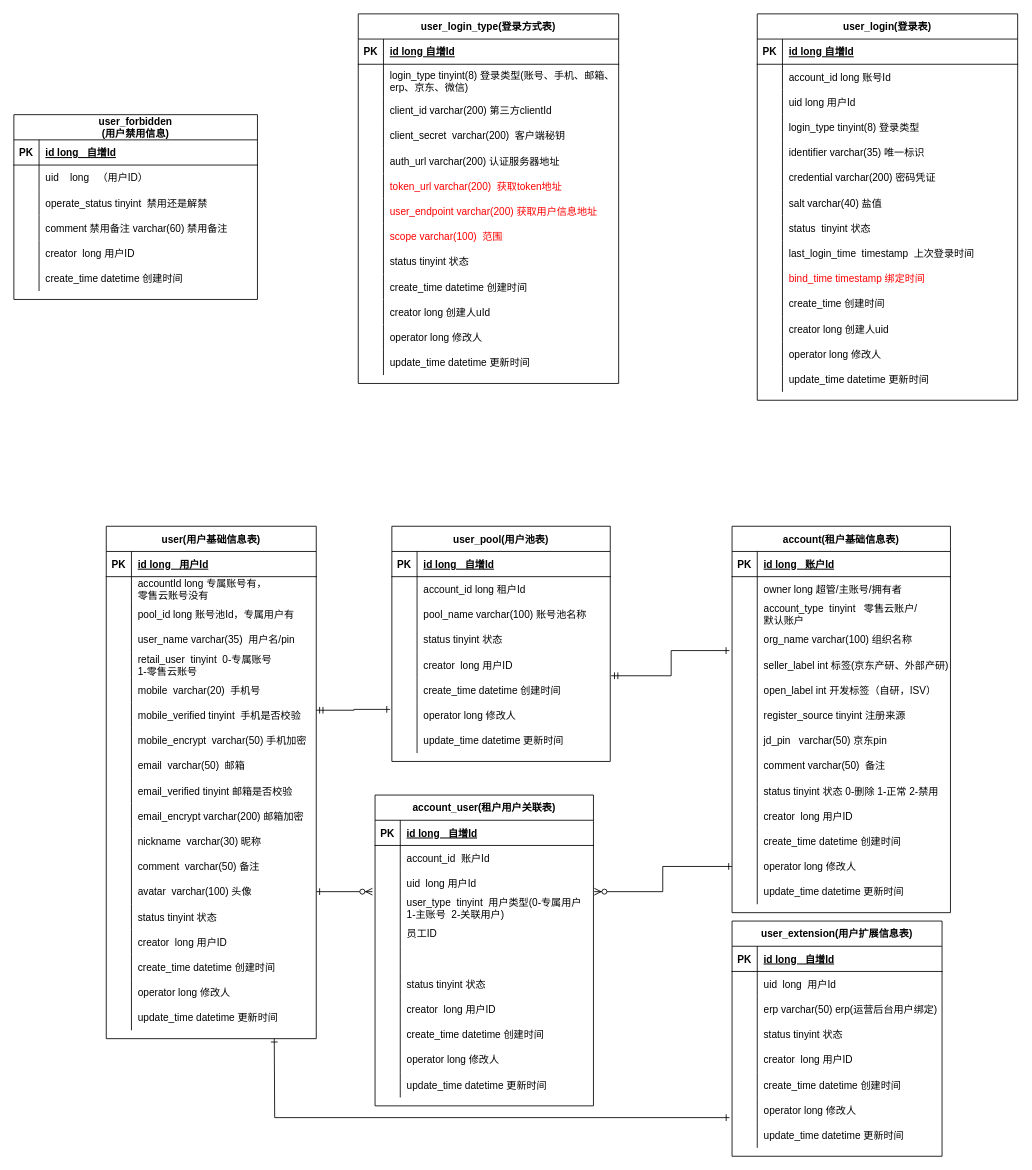
AjaxXu/Diagram keeps this draw.io diagram as page "新账号模型" (1 of 10) of idaas.drawio. Above is the earlier version. Source tidied: cells renumbered, new cells numbered last; positions are measured from the earlier drawing's top-left corner, leaving out a move shared by most shapes. Both pictures are drawn from the tidied source at 84%, with x=0, y=0 at pixel (-37, 13).
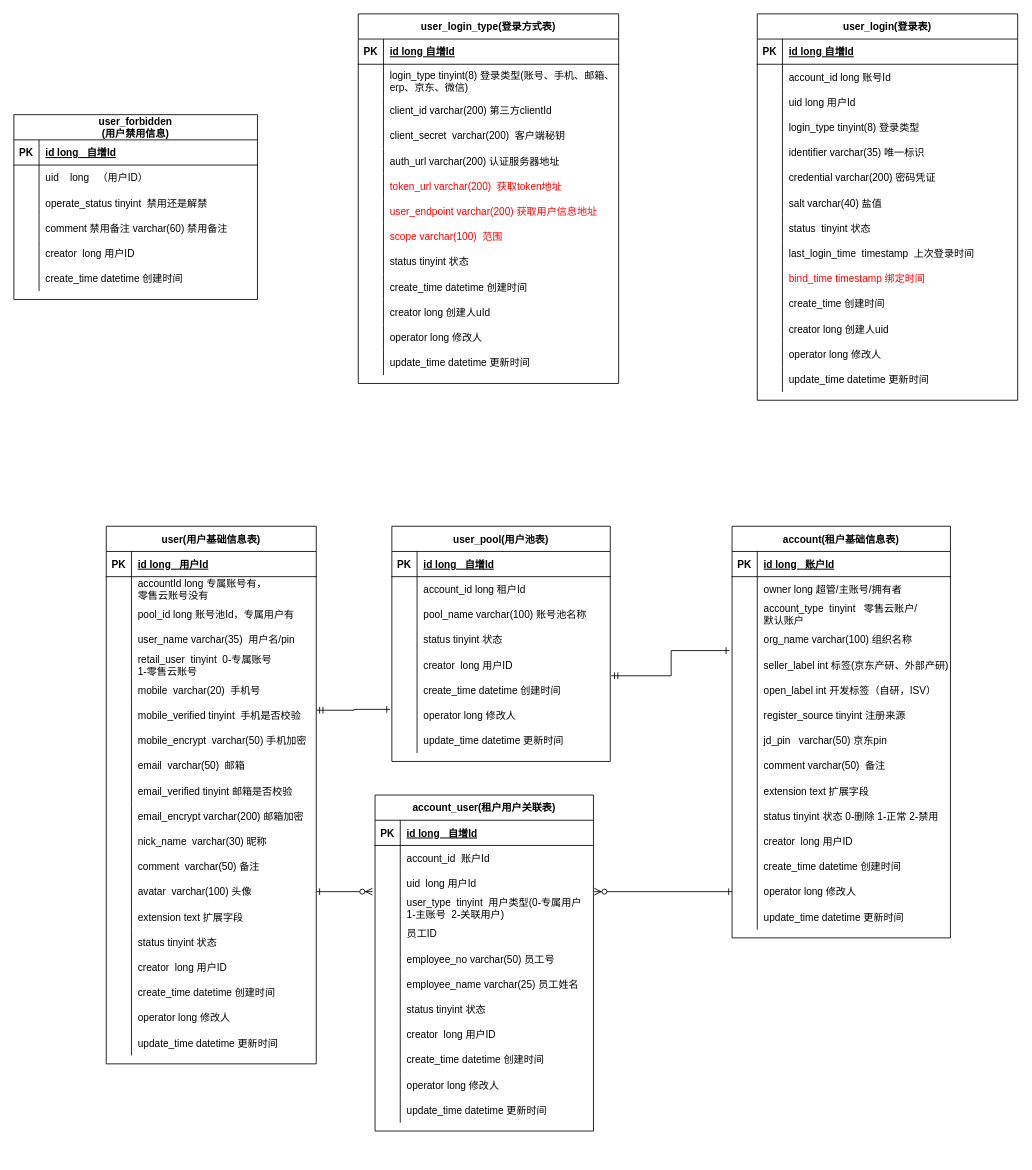
The same diagram, later.

Unchanged cells that the change refers to:
```xml
<mxCell id="79" style="shape=partialRectangle;fillColor=none;top=0;left=0;right=0;bottom=0;" parent="45" vertex="1">
  <mxGeometry y="360" width="250" height="30" as="geometry" />
</mxCell>
<mxCell id="226" style="shape=partialRectangle;fillColor=none;top=0;left=0;right=0;bottom=0;" parent="210" vertex="1">
  <mxGeometry y="180" width="260" height="30" as="geometry" />
</mxCell>
```

What changed in the source:
```diff
@@
     <mxCell id="2" value="account(租户基础信息表)" style="shape=table;startSize=30;childLayout=tableLayout;rowLines=0;fontStyle=1;align=center;" parent="1" vertex="1">
-      <mxGeometry x="915" y="610" width="260" height="460" as="geometry" />
+      <mxGeometry x="915" y="610" width="260" height="490" as="geometry" />
     </mxCell>
@@
+    <mxCell id="299" style="shape=partialRectangle;fillColor=none;top=0;left=0;right=0;bottom=0;" parent="2" vertex="1">
+      <mxGeometry y="300" width="260" height="30" as="geometry" />
+    </mxCell>
+    <mxCell id="300" style="shape=partialRectangle;overflow=hidden;fillColor=none;top=0;left=0;bottom=0;right=0;" parent="299" vertex="1">
+      <mxGeometry width="30" height="30" as="geometry" />
+    </mxCell>
+    <mxCell id="301" value="extension text 扩展字段" style="shape=partialRectangle;overflow=hidden;fillColor=none;top=0;left=0;bottom=0;right=0;align=left;spacingLeft=6;" parent="299" vertex="1">
+      <mxGeometry x="30" width="230" height="30" as="geometry" />
+    </mxCell>
     <mxCell id="30" style="shape=partialRectangle;fillColor=none;points=[[0,0.5],[1,0.5]];portConstraint=eastwest;top=0;left=0;right=0;bottom=0;" parent="2" vertex="1">
-      <mxGeometry y="300" width="260" height="30" as="geometry" />
+      <mxGeometry y="330" width="260" height="30" as="geometry" />
     </mxCell>
@@
     <mxCell id="33" style="shape=partialRectangle;fillColor=none;top=0;left=0;right=0;bottom=0;" parent="2" vertex="1">
-      <mxGeometry y="330" width="260" height="30" as="geometry" />
+      <mxGeometry y="360" width="260" height="30" as="geometry" />
     </mxCell>
@@
     <mxCell id="36" style="shape=partialRectangle;fillColor=none;points=[[0,0.5],[1,0.5]];portConstraint=eastwest;top=0;left=0;right=0;bottom=0;" parent="2" vertex="1">
-      <mxGeometry y="360" width="260" height="30" as="geometry" />
+      <mxGeometry y="390" width="260" height="30" as="geometry" />
     </mxCell>
@@
     <mxCell id="39" style="shape=partialRectangle;fillColor=none;points=[[0,0.5],[1,0.5]];portConstraint=eastwest;top=0;left=0;right=0;bottom=0;" parent="2" vertex="1">
-      <mxGeometry y="390" width="260" height="30" as="geometry" />
+      <mxGeometry y="420" width="260" height="30" as="geometry" />
     </mxCell>
@@
     <mxCell id="42" style="shape=partialRectangle;fillColor=none;top=0;left=0;right=0;bottom=0;" parent="2" vertex="1">
-      <mxGeometry y="420" width="260" height="30" as="geometry" />
+      <mxGeometry y="450" width="260" height="30" as="geometry" />
     </mxCell>
@@
     <mxCell id="45" value="user(用户基础信息表)" style="shape=table;startSize=30;childLayout=tableLayout;rowLines=0;fontStyle=1;align=center;" parent="1" vertex="1">
-      <mxGeometry x="170" y="610" width="250" height="610" as="geometry" />
+      <mxGeometry x="170" y="610" width="250" height="640" as="geometry" />
     </mxCell>
@@
-    <mxCell id="81" value="nickname  varchar(30) 昵称" style="shape=partialRectangle;overflow=hidden;fillColor=none;top=0;left=0;bottom=0;right=0;align=left;spacingLeft=6;" parent="79" vertex="1">
+    <mxCell id="81" value="nick_name  varchar(30) 昵称" style="shape=partialRectangle;overflow=hidden;fillColor=none;top=0;left=0;bottom=0;right=0;align=left;spacingLeft=6;" parent="79" vertex="1">
       <mxGeometry x="30" width="220" height="30" as="geometry" />
     </mxCell>
@@
+    <mxCell id="302" style="shape=partialRectangle;fillColor=none;top=0;left=0;right=0;bottom=0;" parent="45" vertex="1">
+      <mxGeometry y="450" width="250" height="30" as="geometry" />
+    </mxCell>
+    <mxCell id="303" style="shape=partialRectangle;overflow=hidden;fillColor=none;top=0;left=0;bottom=0;right=0;" parent="302" vertex="1">
+      <mxGeometry width="30" height="30" as="geometry" />
+    </mxCell>
+    <mxCell id="304" value="extension text 扩展字段" style="shape=partialRectangle;overflow=hidden;fillColor=none;top=0;left=0;bottom=0;right=0;align=left;spacingLeft=6;" parent="302" vertex="1">
+      <mxGeometry x="30" width="220" height="30" as="geometry" />
+    </mxCell>
     <mxCell id="88" style="shape=partialRectangle;fillColor=none;top=0;left=0;right=0;bottom=0;" parent="45" vertex="1">
-      <mxGeometry y="450" width="250" height="30" as="geometry" />
+      <mxGeometry y="480" width="250" height="30" as="geometry" />
     </mxCell>
@@
     <mxCell id="91" style="shape=partialRectangle;fillColor=none;top=0;left=0;right=0;bottom=0;" parent="45" vertex="1">
-      <mxGeometry y="480" width="250" height="30" as="geometry" />
+      <mxGeometry y="510" width="250" height="30" as="geometry" />
     </mxCell>
@@
     <mxCell id="94" style="shape=partialRectangle;fillColor=none;top=0;left=0;right=0;bottom=0;" parent="45" vertex="1">
-      <mxGeometry y="510" width="250" height="30" as="geometry" />
+      <mxGeometry y="540" width="250" height="30" as="geometry" />
     </mxCell>
@@
     <mxCell id="97" style="shape=partialRectangle;fillColor=none;top=0;left=0;right=0;bottom=0;" parent="45" vertex="1">
-      <mxGeometry y="540" width="250" height="30" as="geometry" />
+      <mxGeometry y="570" width="250" height="30" as="geometry" />
     </mxCell>
@@
     <mxCell id="100" style="shape=partialRectangle;fillColor=none;top=0;left=0;right=0;bottom=0;" parent="45" vertex="1">
-      <mxGeometry y="570" width="250" height="30" as="geometry" />
+      <mxGeometry y="600" width="250" height="30" as="geometry" />
     </mxCell>
@@
     <mxCell id="210" value="account_user(租户用户关联表)" style="shape=table;startSize=30;childLayout=tableLayout;rowLines=0;fontStyle=1;align=center;" parent="1" vertex="1">
-      <mxGeometry x="490" y="930" width="260" height="370" as="geometry" />
+      <mxGeometry x="490" y="930" width="260" height="400" as="geometry" />
     </mxCell>
@@
-    <mxCell id="228" style="shape=partialRectangle;overflow=hidden;fillColor=none;top=0;left=0;bottom=0;right=0;align=left;spacingLeft=6;" parent="226" vertex="1">
+    <mxCell id="228" value="employee_no varchar(50) 员工号" style="shape=partialRectangle;overflow=hidden;fillColor=none;top=0;left=0;bottom=0;right=0;align=left;spacingLeft=6;" parent="226" vertex="1">
       <mxGeometry x="30" width="230" height="30" as="geometry" />
     </mxCell>
+    <mxCell id="305" style="shape=partialRectangle;fillColor=none;top=0;left=0;right=0;bottom=0;" parent="210" vertex="1">
+      <mxGeometry y="210" width="260" height="30" as="geometry" />
+    </mxCell>
+    <mxCell id="306" style="shape=partialRectangle;overflow=hidden;fillColor=none;top=0;left=0;bottom=0;right=0;" parent="305" vertex="1">
+      <mxGeometry width="30" height="30" as="geometry" />
+    </mxCell>
+    <mxCell id="307" value="employee_name varchar(25) 员工姓名" style="shape=partialRectangle;overflow=hidden;fillColor=none;top=0;left=0;bottom=0;right=0;align=left;spacingLeft=6;" parent="305" vertex="1">
+      <mxGeometry x="30" width="230" height="30" as="geometry" />
+    </mxCell>
     <mxCell id="229" style="shape=partialRectangle;fillColor=none;top=0;left=0;right=0;bottom=0;" parent="210" vertex="1">
-      <mxGeometry y="210" width="260" height="30" as="geometry" />
+      <mxGeometry y="240" width="260" height="30" as="geometry" />
     </mxCell>
@@
     <mxCell id="232" style="shape=partialRectangle;fillColor=none;top=0;left=0;right=0;bottom=0;" parent="210" vertex="1">
-      <mxGeometry y="240" width="260" height="30" as="geometry" />
+      <mxGeometry y="270" width="260" height="30" as="geometry" />
     </mxCell>
@@
     <mxCell id="235" style="shape=partialRectangle;fillColor=none;top=0;left=0;right=0;bottom=0;" parent="210" vertex="1">
-      <mxGeometry y="270" width="260" height="30" as="geometry" />
+      <mxGeometry y="300" width="260" height="30" as="geometry" />
     </mxCell>
@@
     <mxCell id="238" style="shape=partialRectangle;fillColor=none;top=0;left=0;right=0;bottom=0;" parent="210" vertex="1">
-      <mxGeometry y="300" width="260" height="30" as="geometry" />
+      <mxGeometry y="330" width="260" height="30" as="geometry" />
     </mxCell>
@@
     <mxCell id="241" style="shape=partialRectangle;fillColor=none;top=0;left=0;right=0;bottom=0;" parent="210" vertex="1">
-      <mxGeometry y="330" width="260" height="30" as="geometry" />
+      <mxGeometry y="360" width="260" height="30" as="geometry" />
     </mxCell>
@@
-    <mxCell id="246" style="edgeStyle=orthogonalEdgeStyle;rounded=0;jettySize=auto;html=1;fontColor=#000000;startArrow=ERone;startFill=0;endArrow=ERone;endFill=0;entryX=-0.012;entryY=0.8;entryDx=0;entryDy=0;entryPerimeter=0;" parent="1" edge="1" target="266">
-      <mxGeometry relative="1" as="geometry">
-        <mxPoint x="370" y="1220" as="sourcePoint" />
-      </mxGeometry>
-    </mxCell>
-    <mxCell id="247" value="user_extension(用户扩展信息表)" style="shape=table;startSize=30;childLayout=tableLayout;rowLines=0;fontStyle=1;align=center;" parent="1" vertex="1">
-      <mxGeometry x="915" y="1080" width="250" height="280" as="geometry" />
-    </mxCell>
-    <mxCell id="248" style="shape=partialRectangle;fillColor=none;top=0;left=0;right=0;bottom=1;" parent="247" vertex="1">
-      <mxGeometry y="30" width="250" height="30" as="geometry" />
-    </mxCell>
-    <mxCell id="249" value="PK" style="shape=partialRectangle;overflow=hidden;fillColor=none;top=0;left=0;bottom=0;right=0;fontStyle=1;" parent="248" vertex="1">
-      <mxGeometry width="30" height="30" as="geometry" />
-    </mxCell>
-    <mxCell id="250" value="id long   自增Id" style="shape=partialRectangle;overflow=hidden;fillColor=none;top=0;left=0;bottom=0;right=0;align=left;spacingLeft=6;fontStyle=5;" parent="248" vertex="1">
-      <mxGeometry x="30" width="220" height="30" as="geometry" />
-    </mxCell>
-    <mxCell id="251" style="shape=partialRectangle;fillColor=none;top=0;left=0;right=0;bottom=0;" parent="247" vertex="1">
-      <mxGeometry y="60" width="250" height="30" as="geometry" />
-    </mxCell>
-    <mxCell id="252" style="shape=partialRectangle;overflow=hidden;fillColor=none;top=0;left=0;bottom=0;right=0;" parent="251" vertex="1">
-      <mxGeometry width="30" height="30" as="geometry" />
-    </mxCell>
-    <mxCell id="253" value="uid  long  用户Id" style="shape=partialRectangle;overflow=hidden;fillColor=none;top=0;left=0;bottom=0;right=0;align=left;spacingLeft=6;" parent="251" vertex="1">
-      <mxGeometry x="30" width="220" height="30" as="geometry" />
-    </mxCell>
-    <mxCell id="254" style="shape=partialRectangle;fillColor=none;top=0;left=0;right=0;bottom=0;" parent="247" vertex="1">
-      <mxGeometry y="90" width="250" height="30" as="geometry" />
-    </mxCell>
-    <mxCell id="255" style="shape=partialRectangle;overflow=hidden;fillColor=none;top=0;left=0;bottom=0;right=0;" parent="254" vertex="1">
-      <mxGeometry width="30" height="30" as="geometry" />
-    </mxCell>
-    <mxCell id="256" value="erp varchar(50) erp(运营后台用户绑定)" style="shape=partialRectangle;overflow=hidden;fillColor=none;top=0;left=0;bottom=0;right=0;align=left;spacingLeft=6;" parent="254" vertex="1">
-      <mxGeometry x="30" width="220" height="30" as="geometry" />
-    </mxCell>
-    <mxCell id="257" style="shape=partialRectangle;fillColor=none;top=0;left=0;right=0;bottom=0;" parent="247" vertex="1">
-      <mxGeometry y="120" width="250" height="30" as="geometry" />
-    </mxCell>
-    <mxCell id="258" style="shape=partialRectangle;overflow=hidden;fillColor=none;top=0;left=0;bottom=0;right=0;" parent="257" vertex="1">
-      <mxGeometry width="30" height="30" as="geometry" />
-    </mxCell>
-    <mxCell id="259" value="status tinyint 状态" style="shape=partialRectangle;overflow=hidden;fillColor=none;top=0;left=0;bottom=0;right=0;align=left;spacingLeft=6;" parent="257" vertex="1">
-      <mxGeometry x="30" width="220" height="30" as="geometry" />
-    </mxCell>
-    <mxCell id="260" style="shape=partialRectangle;fillColor=none;top=0;left=0;right=0;bottom=0;" parent="247" vertex="1">
-      <mxGeometry y="150" width="250" height="30" as="geometry" />
-    </mxCell>
-    <mxCell id="261" style="shape=partialRectangle;overflow=hidden;fillColor=none;top=0;left=0;bottom=0;right=0;" parent="260" vertex="1">
-      <mxGeometry width="30" height="30" as="geometry" />
-    </mxCell>
-    <mxCell id="262" value="creator  long 用户ID " style="shape=partialRectangle;overflow=hidden;fillColor=none;top=0;left=0;bottom=0;right=0;align=left;spacingLeft=6;" parent="260" vertex="1">
-      <mxGeometry x="30" width="220" height="30" as="geometry" />
-    </mxCell>
-    <mxCell id="263" style="shape=partialRectangle;fillColor=none;top=0;left=0;right=0;bottom=0;" parent="247" vertex="1">
-      <mxGeometry y="180" width="250" height="30" as="geometry" />
-    </mxCell>
-    <mxCell id="264" style="shape=partialRectangle;overflow=hidden;fillColor=none;top=0;left=0;bottom=0;right=0;" parent="263" vertex="1">
-      <mxGeometry width="30" height="30" as="geometry" />
-    </mxCell>
-    <mxCell id="265" value="create_time datetime 创建时间" style="shape=partialRectangle;overflow=hidden;fillColor=none;top=0;left=0;bottom=0;right=0;align=left;spacingLeft=6;" parent="263" vertex="1">
-      <mxGeometry x="30" width="220" height="30" as="geometry" />
-    </mxCell>
-    <mxCell id="266" style="shape=partialRectangle;fillColor=none;points=[[0,0.5],[1,0.5]];portConstraint=eastwest;top=0;left=0;right=0;bottom=0;" parent="247" vertex="1">
-      <mxGeometry y="210" width="250" height="30" as="geometry" />
-    </mxCell>
-    <mxCell id="267" style="shape=partialRectangle;overflow=hidden;fillColor=none;top=0;left=0;bottom=0;right=0;" parent="266" vertex="1">
-      <mxGeometry width="30" height="30" as="geometry" />
-    </mxCell>
-    <mxCell id="268" value="operator long 修改人" style="shape=partialRectangle;overflow=hidden;fillColor=none;top=0;left=0;bottom=0;right=0;align=left;spacingLeft=6;" parent="266" vertex="1">
-      <mxGeometry x="30" width="220" height="30" as="geometry" />
-    </mxCell>
-    <mxCell id="269" style="shape=partialRectangle;fillColor=none;top=0;left=0;right=0;bottom=0;" parent="247" vertex="1">
-      <mxGeometry y="240" width="250" height="30" as="geometry" />
-    </mxCell>
-    <mxCell id="270" style="shape=partialRectangle;overflow=hidden;fillColor=none;top=0;left=0;bottom=0;right=0;" parent="269" vertex="1">
-      <mxGeometry width="30" height="30" as="geometry" />
-    </mxCell>
-    <mxCell id="271" value="update_time datetime 更新时间" style="shape=partialRectangle;overflow=hidden;fillColor=none;top=0;left=0;bottom=0;right=0;align=left;spacingLeft=6;" parent="269" vertex="1">
-      <mxGeometry x="30" width="220" height="30" as="geometry" />
-    </mxCell>
```
